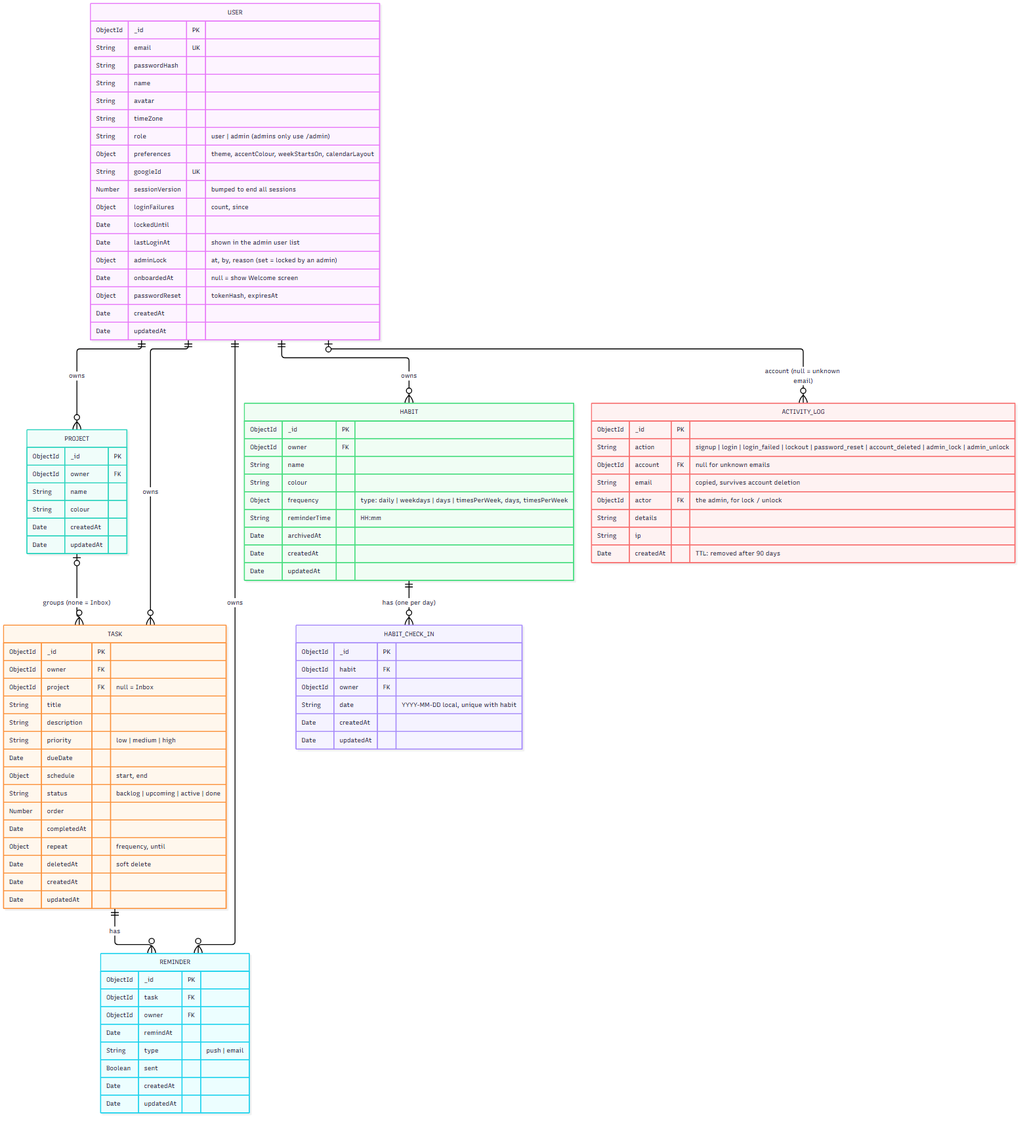
Above: docs/erd.png in khang-ngo4444/VCD_Agendal (Mermaid), before the change. Its source is kept beside it as docs/erd.mmd.
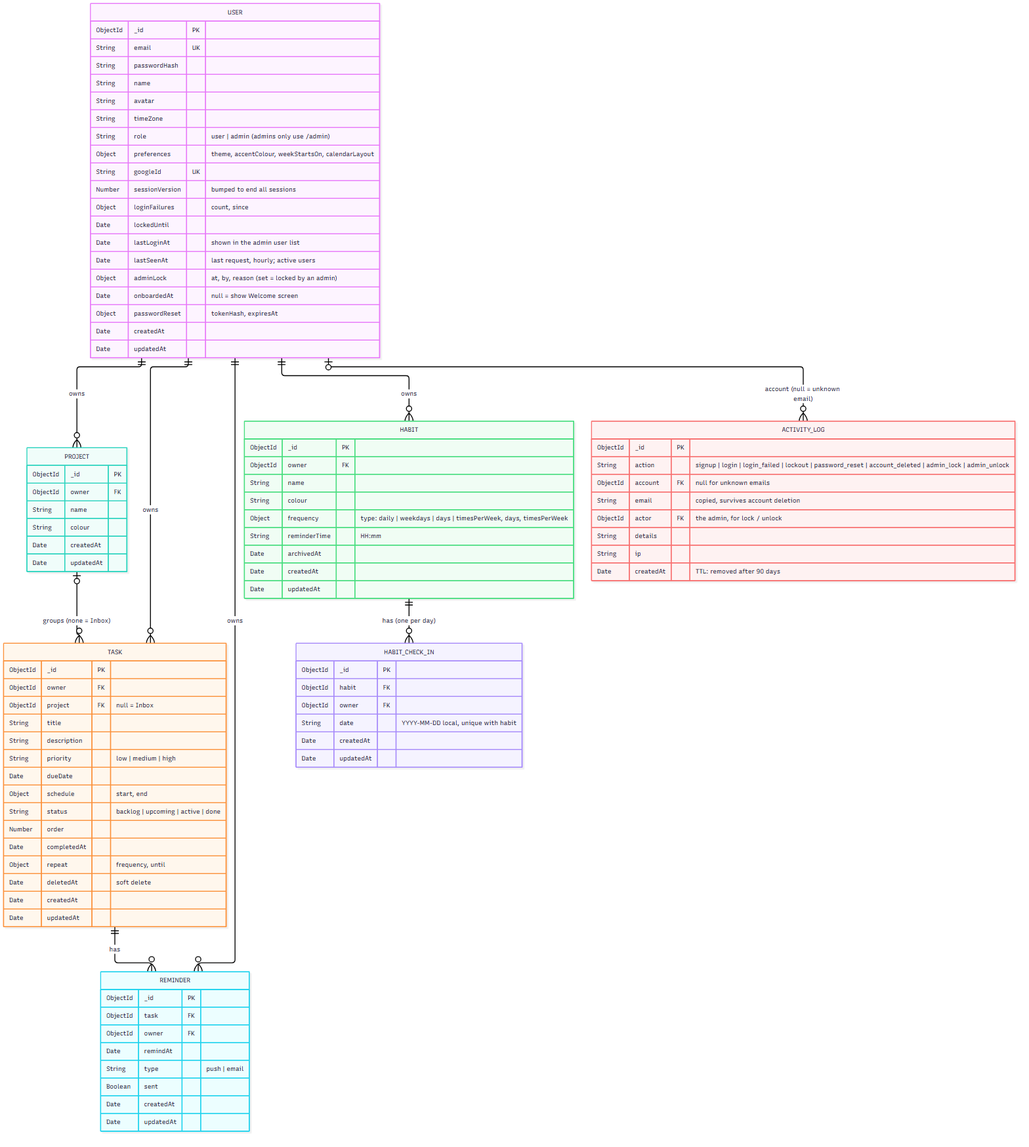
After the commit.

What changed in the source:
```diff
@@ -22,6 +22,7 @@
         Object loginFailures "count, since"
         Date lockedUntil
         Date lastLoginAt "shown in the admin user list"
+        Date lastSeenAt "last request, hourly; active users"
         Object adminLock "at, by, reason (set = locked by an admin)"
         Date onboardedAt "null = show Welcome screen"
         Object passwordReset "tokenHash, expiresAt"
```
